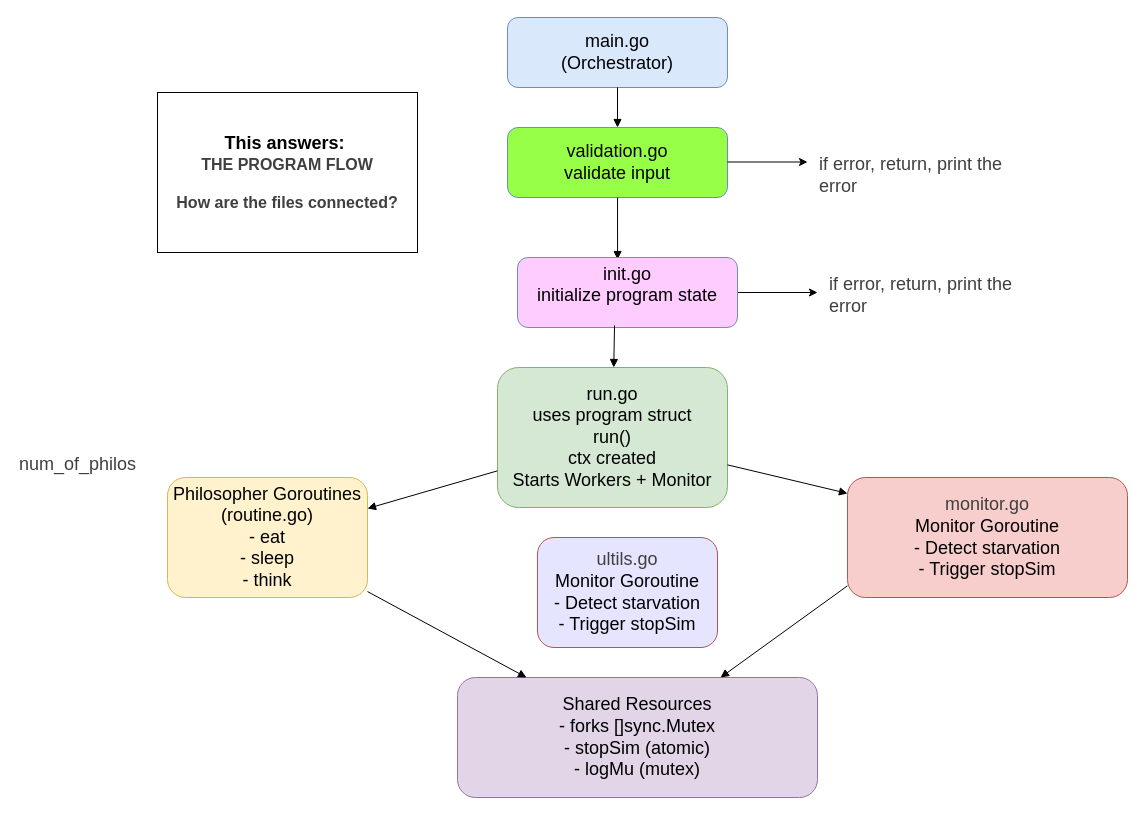
This is diagrams/3.flow.drawio from novth17/dining-philosophers-go, a draw.io file, before an edit. Source tidied: cells renumbered, new cells numbered last; positions are measured from the earlier drawing's top-left corner, leaving out a move shared by most shapes. Both pictures are drawn from the tidied source at 100%, with x=0, y=0 at pixel (17, 17).
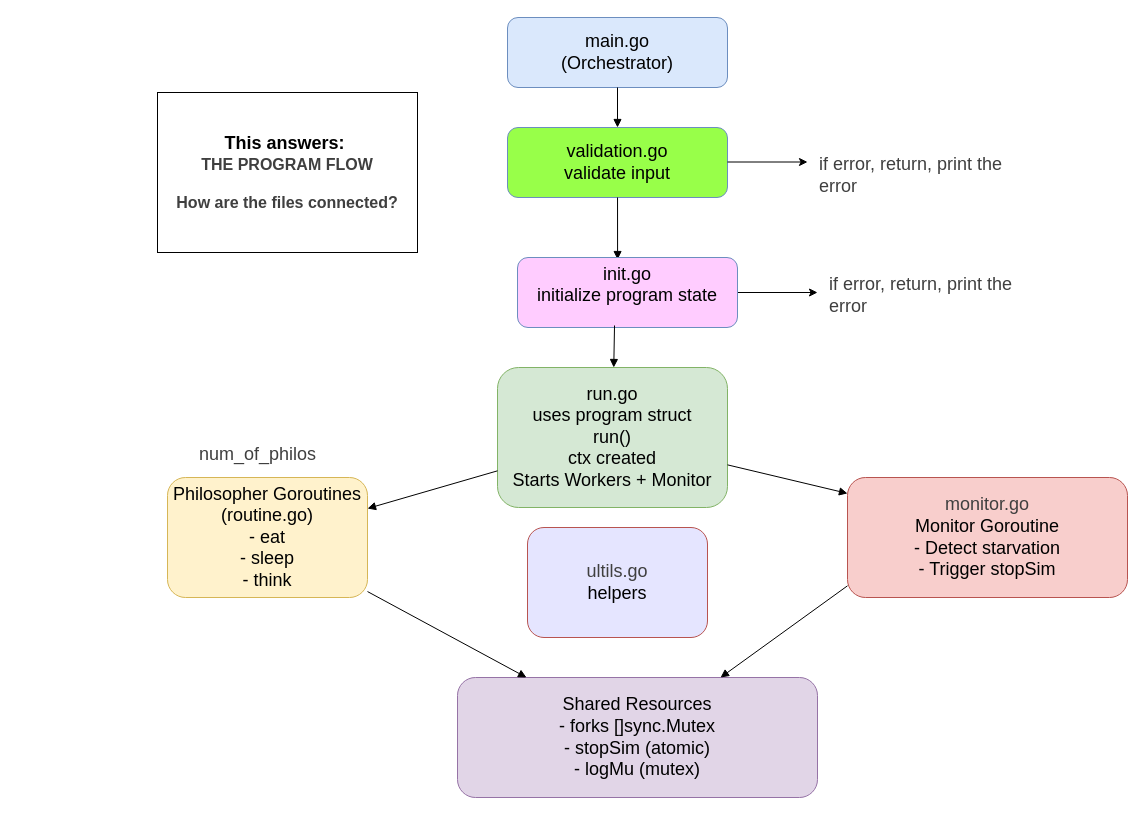
After the change.

Change to the diagram source:
```diff
@@
     <mxCell id="20" value="&lt;div style=&quot;forced-color-adjust: none; color: rgb(63, 63, 63); scrollbar-color: rgb(226, 226, 226) rgb(251, 251, 251);&quot;&gt;&lt;span style=&quot;color: rgb(63, 63, 63); font-size: 18px;&quot;&gt;num_of_philos&lt;/span&gt;&lt;/div&gt;" style="text;whiteSpace=wrap;html=1;" parent="1" vertex="1">
-      <mxGeometry y="430" width="210" height="80" as="geometry" />
+      <mxGeometry x="180" y="420" width="130" height="30" as="geometry" />
     </mxCell>
@@
-    <mxCell id="23" value="&lt;div&gt;&lt;font style=&quot;font-size: 18px;&quot;&gt;&lt;span style=&quot;color: rgb(63, 63, 63);&quot;&gt;ultils.go&lt;/span&gt;&lt;br style=&quot;color: rgb(63, 63, 63); scrollbar-color: rgb(226, 226, 226) rgb(251, 251, 251);&quot;&gt;&lt;/font&gt;&lt;/div&gt;&lt;font style=&quot;font-size: 18px;&quot;&gt;Monitor Goroutine&lt;br&gt;- Detect starvation&lt;br&gt;- Trigger stopSim&lt;/font&gt;" style="rounded=1;whiteSpace=wrap;html=1;fillColor=#E5E5FF;strokeColor=#b85450;" parent="1" vertex="1">
-      <mxGeometry x="520" y="520" width="180" height="110" as="geometry" />
+    <mxCell id="23" value="&lt;div&gt;&lt;font style=&quot;font-size: 18px;&quot;&gt;&lt;span style=&quot;color: rgb(63, 63, 63);&quot;&gt;ultils.go&lt;/span&gt;&lt;br style=&quot;color: rgb(63, 63, 63); scrollbar-color: rgb(226, 226, 226) rgb(251, 251, 251);&quot;&gt;&lt;/font&gt;&lt;/div&gt;&lt;span style=&quot;font-size: 18px;&quot;&gt;helpers&lt;/span&gt;" style="rounded=1;whiteSpace=wrap;html=1;fillColor=#E5E5FF;strokeColor=#b85450;" parent="1" vertex="1">
+      <mxGeometry x="510" y="510" width="180" height="110" as="geometry" />
     </mxCell>
```
